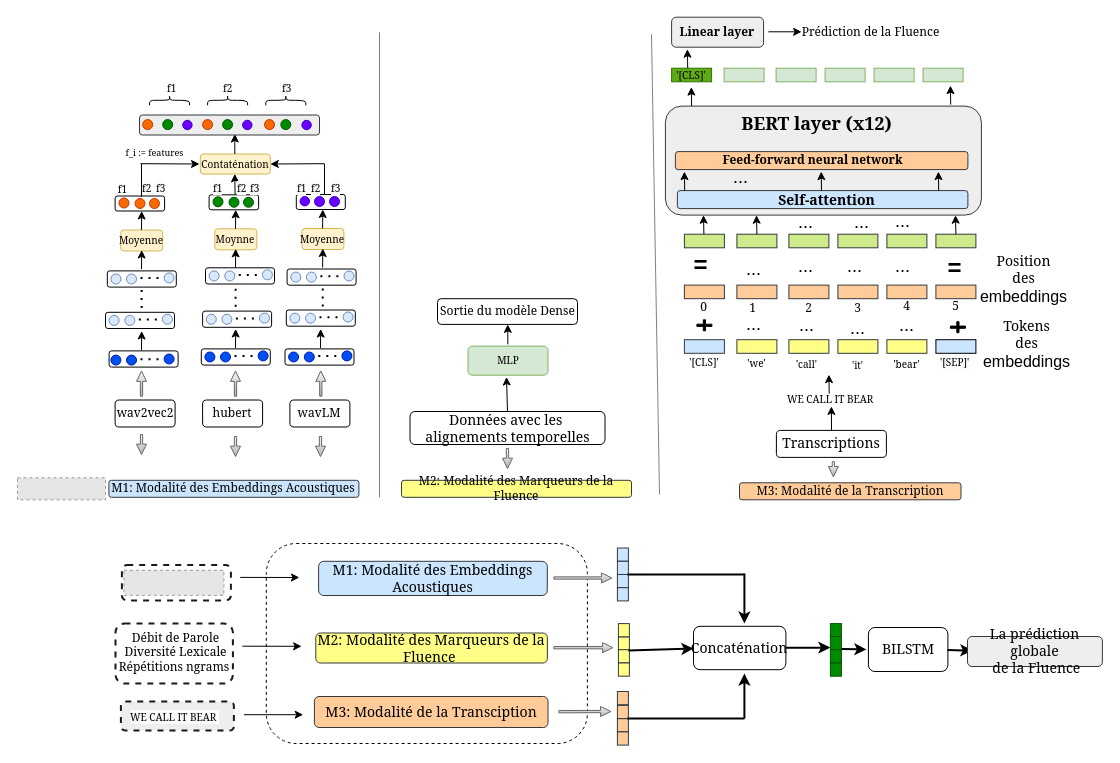
Before: page "TRI-modal" (1 of 2) of Trimodal_Fluency_sslmodel.drawio in papasega/Applied-Deep-Learning, a draw.io diagram. Source tidied: cells renumbered, new cells numbered last; positions are measured from the earlier drawing's top-left corner, leaving out a move shared by most shapes. Both pictures are drawn from the tidied source at 100%, with x=0, y=0 at pixel (17, 17). Pictures stored in the file or linked from it are replaced by grey dashed boxes.
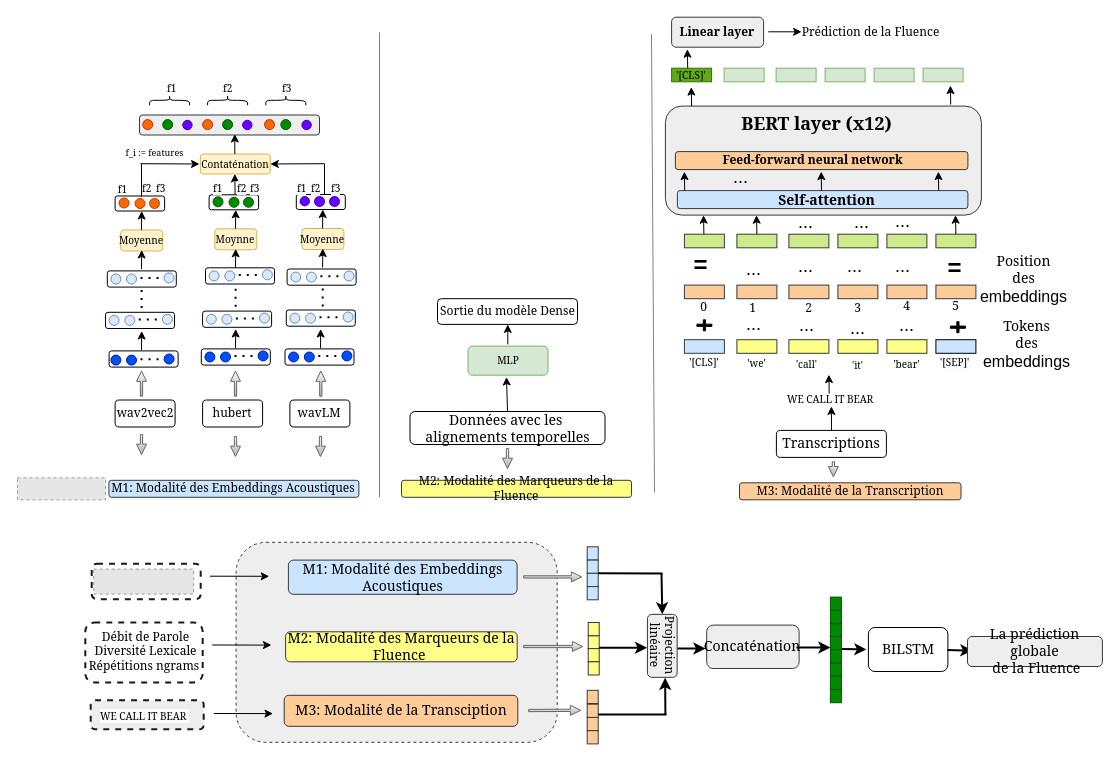
After the change.

Commit message:
Mettre à jour Trimodal_Fluency_sslmodel.drawio

The change refers to these unchanged cells:
```xml
<mxCell id="242" style="rounded=0;whiteSpace=wrap;html=1;fillColor=#008a00;strokeColor=#005700;fontColor=#ffffff;" parent="1" vertex="1">
  <mxGeometry x="812.9" y="619" width="11" height="13.2" as="geometry" />
</mxCell>
```

Diff of the diagram source:
```diff
@@
     <mxCell id="125" style="endArrow=none;html=1;rounded=0;strokeWidth=0.5;" parent="1" edge="1">
       <mxGeometry relative="1" as="geometry">
-        <mxPoint x="642" y="477" as="sourcePoint" />
+        <mxPoint x="637" y="475" as="sourcePoint" />
         <mxPoint x="634" y="16.8" as="targetPoint" />
       </mxGeometry>
     </mxCell>
@@
     <mxCell id="205" style="fillColor=#E6E6E6;strokeColor=#999999;dashed=1;verticalLabelPosition=bottom;labelBackgroundColor=default;verticalAlign=top;" parent="1" vertex="1">
-      <mxGeometry x="106.4" y="552.8" width="100" height="25" as="geometry" />
+      <mxGeometry x="76.2" y="551.6" width="100" height="25" as="geometry" />
     </mxCell>
     <mxCell id="206" style="rounded=1;whiteSpace=wrap;html=1;fillColor=none;dashed=1;strokeColor=#1A1A1A;strokeWidth=2;" parent="1" vertex="1">
-      <mxGeometry x="104.4" y="547.5" width="109" height="35.5" as="geometry" />
+      <mxGeometry x="74.2" y="546.3" width="109" height="35.5" as="geometry" />
     </mxCell>
     <mxCell id="207" value="&lt;font face=&quot;Georgia&quot;&gt;Débit de Parole&lt;/font&gt;&lt;br&gt;&lt;div&gt;&lt;span style=&quot;font-family: Georgia;&quot;&gt;Diversité Lexicale&lt;/span&gt;&lt;/div&gt;&lt;div&gt;&lt;span style=&quot;font-family: Georgia;&quot;&gt;Répétitions ngrams&amp;nbsp;&lt;/span&gt;&lt;font face=&quot;Georgia&quot;&gt;&lt;br&gt;&lt;/font&gt;&lt;/div&gt;&lt;div&gt;&lt;span style=&quot;font-family: Georgia;&quot;&gt;&lt;br&gt;&lt;/span&gt;&lt;/div&gt;" style="text;html=1;align=center;verticalAlign=middle;strokeColor=none;fillColor=none;" parent="1" vertex="1">
-      <mxGeometry x="95.2" y="607" width="125" height="70" as="geometry" />
+      <mxGeometry x="65" y="605.8" width="125" height="70" as="geometry" />
     </mxCell>
-    <mxCell id="208" style="rounded=1;whiteSpace=wrap;html=1;dashed=1;fillColor=none;strokeWidth=1;" parent="1" vertex="1">
-      <mxGeometry x="248.8" y="526" width="321.1" height="200" as="geometry" />
+    <mxCell id="208" style="rounded=1;whiteSpace=wrap;html=1;dashed=1;fillColor=#eeeeee;strokeWidth=1;strokeColor=#36393d;" parent="1" vertex="1">
+      <mxGeometry x="218.6" y="524.8" width="321.1" height="200" as="geometry" />
     </mxCell>
     <mxCell id="209" style="endArrow=classic;html=1;rounded=0;" parent="1" edge="1">
       <mxGeometry relative="1" as="geometry">
-        <mxPoint x="222.7" y="559.9" as="sourcePoint" />
-        <mxPoint x="281.9" y="560" as="targetPoint" />
+        <mxPoint x="192.5" y="558.7" as="sourcePoint" />
+        <mxPoint x="251.7" y="558.8" as="targetPoint" />
         <Array as="points">
-          <mxPoint x="222.9" y="560.2" />
+          <mxPoint x="192.7" y="559.1" />
         </Array>
       </mxGeometry>
     </mxCell>
     <mxCell id="210" style="rounded=1;whiteSpace=wrap;html=1;fillColor=none;dashed=1;strokeWidth=2;strokeColor=#1A1A1A;" parent="1" vertex="1">
-      <mxGeometry x="98" y="606.1" width="117.4" height="59.9" as="geometry" />
+      <mxGeometry x="67.8" y="605" width="117.4" height="59.9" as="geometry" />
     </mxCell>
@@
     <mxCell id="212" style="endArrow=classic;html=1;rounded=0;" parent="1" edge="1">
       <mxGeometry relative="1" as="geometry">
-        <mxPoint x="224.9" y="628.7" as="sourcePoint" />
-        <mxPoint x="284.1" y="628.8" as="targetPoint" />
+        <mxPoint x="194.7" y="627.5" as="sourcePoint" />
+        <mxPoint x="253.9" y="627.6" as="targetPoint" />
         <Array as="points">
-          <mxPoint x="225.1" y="629" />
+          <mxPoint x="194.9" y="627.8" />
         </Array>
       </mxGeometry>
     </mxCell>
     <mxCell id="213" style="endArrow=classic;html=1;rounded=0;" parent="1" edge="1">
       <mxGeometry relative="1" as="geometry">
-        <mxPoint x="226.5" y="697.2" as="sourcePoint" />
-        <mxPoint x="285.7" y="697.2" as="targetPoint" />
+        <mxPoint x="196.3" y="696" as="sourcePoint" />
+        <mxPoint x="255.5" y="696.1" as="targetPoint" />
         <Array as="points">
-          <mxPoint x="226.8" y="697.5" />
+          <mxPoint x="196.5" y="696.3" />
         </Array>
       </mxGeometry>
     </mxCell>
     <mxCell id="214" style="rounded=1;whiteSpace=wrap;html=1;dashed=1;fillColor=#eeeeee;strokeWidth=2;strokeColor=#1A1A1A;" parent="1" vertex="1">
-      <mxGeometry x="103.4" y="684" width="113" height="29" as="geometry" />
+      <mxGeometry x="73.2" y="682.8" width="113" height="29" as="geometry" />
     </mxCell>
     <mxCell id="215" value="&lt;span style=&quot;color: rgb(0, 0, 0); font-family: Georgia; font-size: 10px; font-style: normal; font-variant-ligatures: normal; font-variant-caps: normal; font-weight: 400; letter-spacing: normal; orphans: 2; text-align: center; text-indent: 0px; text-transform: none; widows: 2; word-spacing: 0px; -webkit-text-stroke-width: 0px; white-space: normal; background-color: rgb(251, 251, 251); text-decoration-thickness: initial; text-decoration-style: initial; text-decoration-color: initial; display: inline !important; float: none;&quot;&gt;WE CALL IT BEAR&amp;nbsp;&lt;/span&gt;" style="text;whiteSpace=wrap;html=1;strokeWidth=2;" parent="1" vertex="1">
-      <mxGeometry x="111.4" y="686" width="97" height="24" as="geometry" />
+      <mxGeometry x="81.2" y="684.8" width="97" height="24" as="geometry" />
     </mxCell>
     <mxCell id="216" style="shape=flexArrow;endArrow=classic;html=1;rounded=0;startSize=2;endSize=3.108571428571429;targetPerimeterSpacing=0;sourcePerimeterSpacing=0;strokeWidth=1;fillColor=#f5f5f5;width=2.2857142857142856;endWidth=6.6938775510204085;strokeColor=#666666;gradientColor=#b3b3b3;" parent="1" edge="1">
       <mxGeometry relative="1" as="geometry">
-        <mxPoint x="535.9" y="560.5" as="sourcePoint" />
-        <mxPoint x="594.9" y="560.5" as="targetPoint" />
+        <mxPoint x="505.7" y="559.4" as="sourcePoint" />
+        <mxPoint x="564.7" y="559.4" as="targetPoint" />
       </mxGeometry>
     </mxCell>
     <mxCell id="217" style="shape=flexArrow;endArrow=classic;html=1;rounded=0;startSize=2;endSize=3.108571428571429;targetPerimeterSpacing=0;sourcePerimeterSpacing=0;strokeWidth=1;fillColor=#f5f5f5;width=2.2857142857142856;endWidth=6.6938775510204085;strokeColor=#666666;gradientColor=#b3b3b3;" parent="1" edge="1">
       <mxGeometry relative="1" as="geometry">
-        <mxPoint x="535.9" y="630.2" as="sourcePoint" />
-        <mxPoint x="595.9" y="630.2" as="targetPoint" />
+        <mxPoint x="505.7" y="629" as="sourcePoint" />
+        <mxPoint x="565.7" y="629" as="targetPoint" />
       </mxGeometry>
     </mxCell>
     <mxCell id="218" style="shape=flexArrow;endArrow=classic;html=1;rounded=0;startSize=2;endSize=3.108571428571429;targetPerimeterSpacing=0;sourcePerimeterSpacing=0;strokeWidth=1;fillColor=#f5f5f5;width=2.2857142857142856;endWidth=6.6938775510204085;strokeColor=#666666;gradientColor=#b3b3b3;" parent="1" edge="1">
       <mxGeometry relative="1" as="geometry">
-        <mxPoint x="540.9" y="694.2" as="sourcePoint" />
-        <mxPoint x="593.9" y="694" as="targetPoint" />
+        <mxPoint x="510.7" y="693" as="sourcePoint" />
+        <mxPoint x="563.7" y="692.8" as="targetPoint" />
       </mxGeometry>
     </mxCell>
     <mxCell id="219" value="&lt;font style=&quot;font-size: 14px;&quot; face=&quot;Georgia&quot;&gt;M1: Modalité des Embeddings Acoustiques&lt;/font&gt;" style="rounded=1;whiteSpace=wrap;html=1;fillColor=#cce5ff;strokeColor=#36393d;" parent="1" vertex="1">
-      <mxGeometry x="301.1" y="543.8" width="228.7" height="34.2" as="geometry" />
+      <mxGeometry x="270.9" y="542.6" width="228.7" height="34.2" as="geometry" />
     </mxCell>
     <mxCell id="220" value="&lt;font style=&quot;font-size: 14px;&quot; face=&quot;Georgia&quot;&gt;M2: Modalité des Marqueurs de la Fluence&amp;nbsp;&lt;/font&gt;" style="rounded=1;whiteSpace=wrap;html=1;fillColor=#ffff88;strokeColor=#36393d;" parent="1" vertex="1">
-      <mxGeometry x="298.3" y="615.5" width="231.6" height="30" as="geometry" />
+      <mxGeometry x="268.1" y="614.3" width="231.6" height="30" as="geometry" />
     </mxCell>
     <mxCell id="221" value="&lt;font style=&quot;font-size: 14px;&quot; face=&quot;Georgia&quot;&gt;M3: Modalité de la Transciption&lt;/font&gt;" style="rounded=1;whiteSpace=wrap;html=1;fillColor=#ffcc99;strokeColor=#36393d;" parent="1" vertex="1">
-      <mxGeometry x="296.9" y="679" width="233.6" height="31" as="geometry" />
+      <mxGeometry x="266.7" y="677.8" width="233.6" height="31" as="geometry" />
     </mxCell>
     <mxCell id="222" style="rounded=0;whiteSpace=wrap;html=1;fillColor=#cce5ff;strokeColor=#36393d;" parent="1" vertex="1">
-      <mxGeometry x="599.9" y="530.5" width="11" height="13.2" as="geometry" />
+      <mxGeometry x="569.7" y="529.3" width="11" height="13.2" as="geometry" />
     </mxCell>
     <mxCell id="223" style="rounded=0;whiteSpace=wrap;html=1;fillColor=#cce5ff;strokeColor=#36393d;" parent="1" vertex="1">
-      <mxGeometry x="599.9" y="543.8" width="11" height="13.2" as="geometry" />
+      <mxGeometry x="569.7" y="542.6" width="11" height="13.2" as="geometry" />
     </mxCell>
     <mxCell id="224" style="rounded=0;whiteSpace=wrap;html=1;fillColor=#cce5ff;strokeColor=#36393d;" parent="1" vertex="1">
-      <mxGeometry x="599.9" y="557" width="11" height="13.2" as="geometry" />
+      <mxGeometry x="569.7" y="555.8" width="11" height="13.2" as="geometry" />
     </mxCell>
     <mxCell id="225" style="rounded=0;whiteSpace=wrap;html=1;fillColor=#cce5ff;strokeColor=#36393d;" parent="1" vertex="1">
-      <mxGeometry x="599.9" y="570.2" width="11" height="13.2" as="geometry" />
+      <mxGeometry x="569.7" y="569.1" width="11" height="13.2" as="geometry" />
     </mxCell>
     <mxCell id="226" style="rounded=0;whiteSpace=wrap;html=1;fillColor=#ffff88;strokeColor=#36393d;" parent="1" vertex="1">
-      <mxGeometry x="600.9" y="619.4" width="11" height="13.2" as="geometry" />
+      <mxGeometry x="570.7" y="618.2" width="11" height="13.2" as="geometry" />
     </mxCell>
     <mxCell id="227" style="rounded=0;whiteSpace=wrap;html=1;fillColor=#ffff88;strokeColor=#36393d;" parent="1" vertex="1">
-      <mxGeometry x="600.9" y="632.2" width="11" height="13.2" as="geometry" />
+      <mxGeometry x="570.7" y="631.1" width="11" height="13.2" as="geometry" />
     </mxCell>
     <mxCell id="228" style="rounded=0;whiteSpace=wrap;html=1;fillColor=#ffff88;strokeColor=#36393d;" parent="1" vertex="1">
-      <mxGeometry x="600.9" y="645.5" width="11" height="13.2" as="geometry" />
+      <mxGeometry x="570.7" y="644.3" width="11" height="13.2" as="geometry" />
     </mxCell>
     <mxCell id="229" style="rounded=0;whiteSpace=wrap;html=1;fillColor=#ffff88;strokeColor=#36393d;" parent="1" vertex="1">
-      <mxGeometry x="600.9" y="606.1" width="11" height="13.2" as="geometry" />
+      <mxGeometry x="570.7" y="605" width="11" height="13.2" as="geometry" />
     </mxCell>
     <mxCell id="230" style="rounded=0;whiteSpace=wrap;html=1;fillColor=#ffcc99;strokeColor=#36393d;" parent="1" vertex="1">
-      <mxGeometry x="599.9" y="701.1" width="11" height="13.2" as="geometry" />
+      <mxGeometry x="569.7" y="699.9" width="11" height="13.2" as="geometry" />
     </mxCell>
     <mxCell id="231" style="rounded=0;whiteSpace=wrap;html=1;fillColor=#ffcc99;strokeColor=#36393d;" parent="1" vertex="1">
-      <mxGeometry x="599.9" y="714.4" width="11" height="13.2" as="geometry" />
+      <mxGeometry x="569.7" y="713.2" width="11" height="13.2" as="geometry" />
     </mxCell>
     <mxCell id="232" style="rounded=0;whiteSpace=wrap;html=1;fillColor=#ffcc99;strokeColor=#36393d;" parent="1" vertex="1">
-      <mxGeometry x="599.9" y="674" width="11" height="13.2" as="geometry" />
+      <mxGeometry x="569.7" y="672.8" width="11" height="13.2" as="geometry" />
     </mxCell>
     <mxCell id="233" style="rounded=0;whiteSpace=wrap;html=1;fillColor=#ffcc99;strokeColor=#36393d;" parent="1" vertex="1">
-      <mxGeometry x="599.9" y="687.9" width="11" height="13.2" as="geometry" />
+      <mxGeometry x="569.7" y="686.7" width="11" height="13.2" as="geometry" />
     </mxCell>
     <mxCell id="234" style="endArrow=none;html=1;rounded=0;strokeWidth=2;" parent="1" edge="1">
       <mxGeometry relative="1" as="geometry">
-        <mxPoint x="609.9" y="557" as="sourcePoint" />
-        <mxPoint x="726.9" y="557" as="targetPoint" />
+        <mxPoint x="580.7" y="555.8" as="sourcePoint" />
+        <mxPoint x="645" y="556" as="targetPoint" />
       </mxGeometry>
     </mxCell>
     <mxCell id="235" style="endArrow=none;html=1;rounded=0;strokeWidth=2;" parent="1" edge="1">
       <mxGeometry relative="1" as="geometry">
-        <mxPoint x="609.9" y="701.1" as="sourcePoint" />
-        <mxPoint x="726.9" y="701.1" as="targetPoint" />
+        <mxPoint x="580.7" y="697" as="sourcePoint" />
+        <mxPoint x="649" y="697" as="targetPoint" />
       </mxGeometry>
     </mxCell>
-    <mxCell id="236" style="endArrow=classic;html=1;rounded=0;strokeWidth=2;entryX=0;entryY=0.5;entryDx=0;entryDy=0;" parent="1" edge="1">
+    <mxCell id="236" style="endArrow=classic;html=1;rounded=0;strokeWidth=2;entryX=0.531;entryY=1.013;entryDx=0;entryDy=0;entryPerimeter=0;" parent="1" edge="1" target="255">
       <mxGeometry relative="1" as="geometry">
-        <mxPoint x="610.9" y="632.9" as="sourcePoint" />
-        <mxPoint x="676" y="631.1" as="targetPoint" />
+        <mxPoint x="581.7" y="630.2" as="sourcePoint" />
       </mxGeometry>
     </mxCell>
-    <mxCell id="237" value="&lt;font face=&quot;Georgia&quot;&gt;&lt;span style=&quot;font-size: 14px;&quot;&gt;Concaténation&lt;/span&gt;&lt;/font&gt;" style="rounded=1;whiteSpace=wrap;html=1;" parent="1" vertex="1">
-      <mxGeometry x="676" y="608.8" width="92.4" height="43.4" as="geometry" />
+    <mxCell id="237" value="&lt;font face=&quot;Georgia&quot;&gt;&lt;span style=&quot;font-size: 14px;&quot;&gt;Concaténation&lt;/span&gt;&lt;/font&gt;" style="rounded=1;whiteSpace=wrap;html=1;fillColor=#eeeeee;strokeColor=#36393d;" parent="1" vertex="1">
+      <mxGeometry x="689.2" y="607.6" width="92.4" height="43.4" as="geometry" />
     </mxCell>
-    <mxCell id="238" style="endArrow=classic;html=1;rounded=0;strokeWidth=2;" parent="1" edge="1">
+    <mxCell id="238" style="endArrow=classic;html=1;rounded=0;strokeWidth=2;entryX=1.007;entryY=0.405;entryDx=0;entryDy=0;entryPerimeter=0;" parent="1" edge="1" target="255">
       <mxGeometry relative="1" as="geometry">
-        <mxPoint x="726.9" y="701.1" as="sourcePoint" />
-        <mxPoint x="726.9" y="656" as="targetPoint" />
+        <mxPoint x="647.9" y="697.3" as="sourcePoint" />
       </mxGeometry>
     </mxCell>
-    <mxCell id="239" style="endArrow=classic;html=1;rounded=0;strokeWidth=2;" parent="1" edge="1">
+    <mxCell id="239" style="endArrow=classic;html=1;rounded=0;strokeWidth=2;entryX=0;entryY=0.5;entryDx=0;entryDy=0;" parent="1" edge="1" target="255">
       <mxGeometry relative="1" as="geometry">
-        <mxPoint x="726.9" y="556" as="sourcePoint" />
-        <mxPoint x="726.9" y="606.1" as="targetPoint" />
+        <mxPoint x="644" y="555.7" as="sourcePoint" />
       </mxGeometry>
     </mxCell>
     <mxCell id="240" style="endArrow=classic;html=1;rounded=0;strokeWidth=2;entryX=0;entryY=0.842;entryDx=0;entryDy=0;entryPerimeter=0;" parent="1" edge="1" target="242">
       <mxGeometry relative="1" as="geometry">
-        <mxPoint x="768.4" y="630.2" as="sourcePoint" />
+        <mxPoint x="779" y="630" as="sourcePoint" />
       </mxGeometry>
     </mxCell>
@@
+    <mxCell id="251" style="rounded=0;whiteSpace=wrap;html=1;fillColor=#008a00;strokeColor=#005700;fontColor=#ffffff;" parent="1" vertex="1">
+      <mxGeometry x="812.9" y="592.9" width="11" height="13.2" as="geometry" />
+    </mxCell>
+    <mxCell id="252" style="rounded=0;whiteSpace=wrap;html=1;fillColor=#008a00;strokeColor=#005700;fontColor=#ffffff;" parent="1" vertex="1">
+      <mxGeometry x="812.9" y="579.6" width="11" height="13.2" as="geometry" />
+    </mxCell>
+    <mxCell id="253" style="rounded=0;whiteSpace=wrap;html=1;fillColor=#008a00;strokeColor=#005700;fontColor=#ffffff;" parent="1" vertex="1">
+      <mxGeometry x="812.9" y="658.8" width="11" height="13.2" as="geometry" />
+    </mxCell>
+    <mxCell id="254" style="rounded=0;whiteSpace=wrap;html=1;fillColor=#008a00;strokeColor=#005700;fontColor=#ffffff;" parent="1" vertex="1">
+      <mxGeometry x="812.9" y="672" width="11" height="13.2" as="geometry" />
+    </mxCell>
+    <mxCell id="255" value="&lt;span style=&quot;font-family: Georgia;&quot;&gt;Projection linéaire&lt;/span&gt;" style="rounded=1;whiteSpace=wrap;html=1;rotation=90;fillColor=#eeeeee;strokeColor=#36393d;" parent="1" vertex="1">
+      <mxGeometry x="613.3" y="613.5" width="63" height="29.7" as="geometry" />
+    </mxCell>
+    <mxCell id="256" style="endArrow=classic;html=1;rounded=0;strokeWidth=2;" parent="1" edge="1">
+      <mxGeometry relative="1" as="geometry">
+        <mxPoint x="659.9" y="631.1" as="sourcePoint" />
+        <mxPoint x="688" y="631" as="targetPoint" />
+      </mxGeometry>
+    </mxCell>
```
